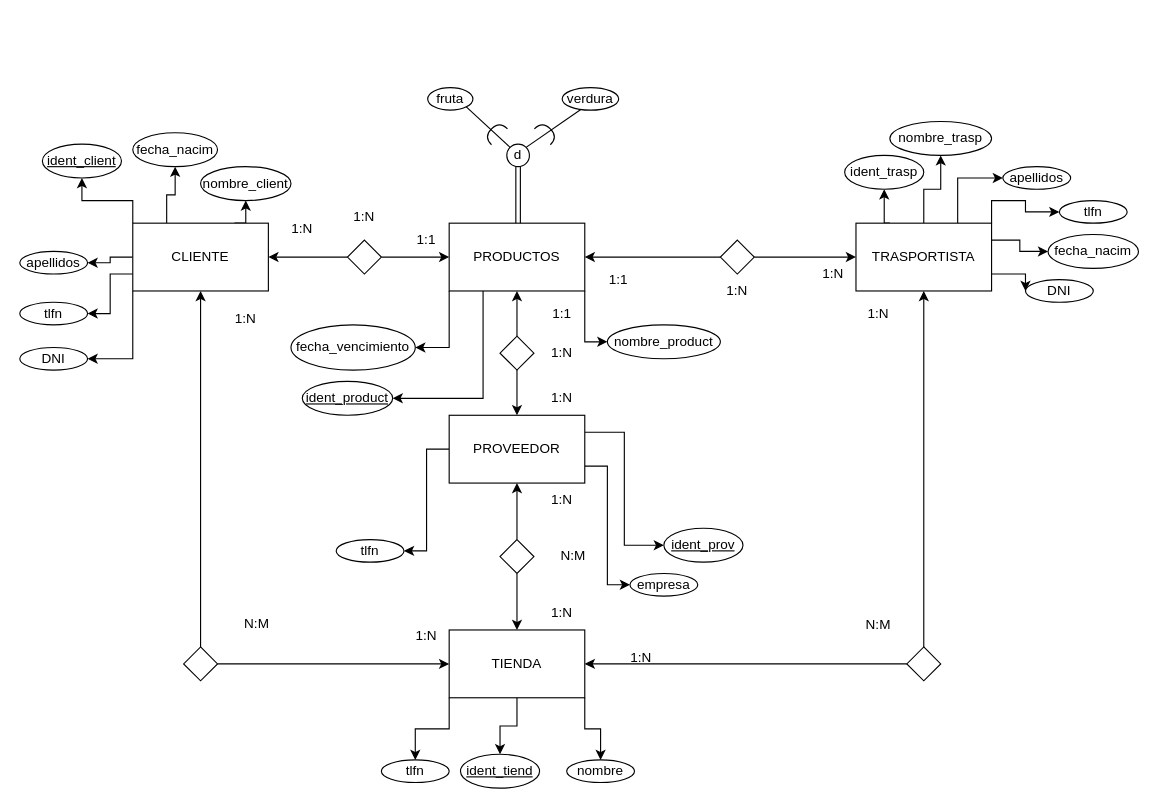
Earlier version of the draw.io diagram Bases_de_Datos/Entidad_Relacion/DiagramaEntidadRelacion.drawio (UNAI42MB/GRUPO3-UNAI-NELSON-ADRIAN). Source tidied: cells renumbered, new cells numbered last; positions are measured from the earlier drawing's top-left corner, leaving out a move shared by most shapes. Both pictures are drawn from the tidied source at 113%, with x=0, y=0 at pixel (19, 87).
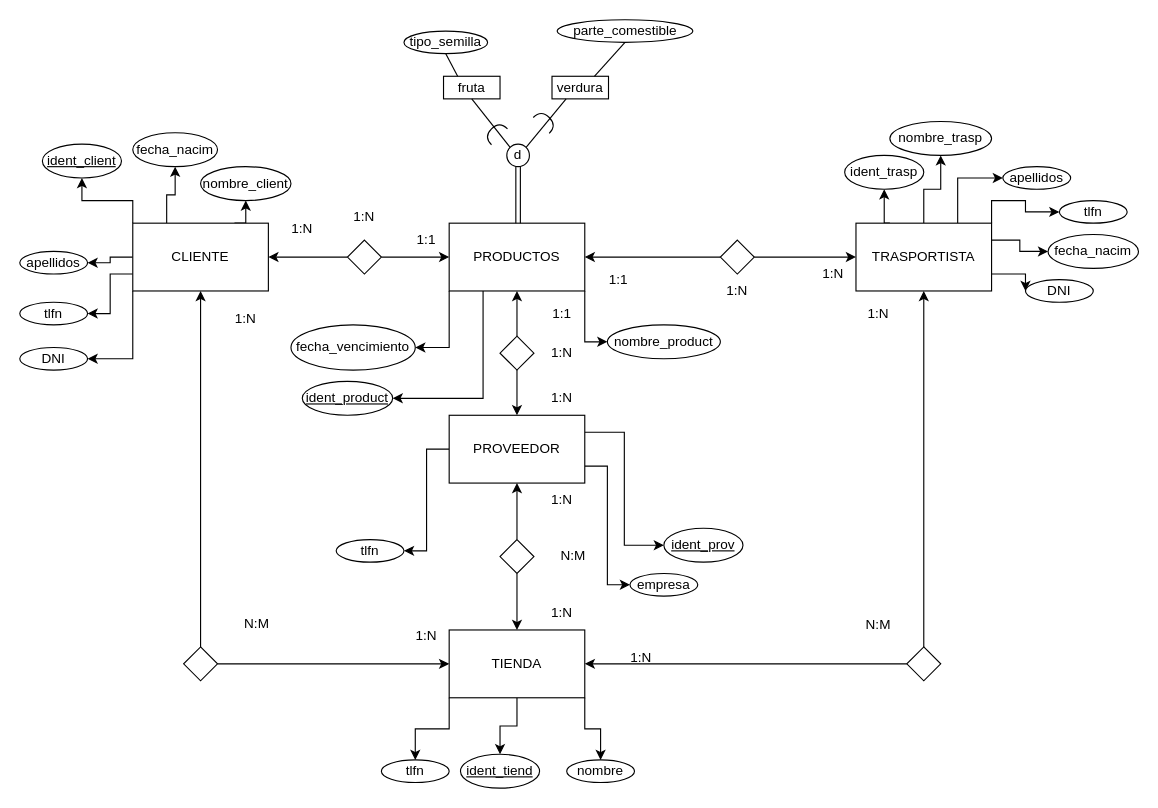
After the change.

Commit message (it also covers changes not shown here):
Corregimos el DIagrama entidad relacion y el diagrama modelo relacional

Unchanged cells that the change refers to:
```xml
<mxCell id="88" value="d" style="ellipse;whiteSpace=wrap;html=1;" parent="1" vertex="1">
  <mxGeometry x="431" y="50" width="20" height="20" as="geometry" />
</mxCell>
```

Diff of the diagram source:
```diff
@@
-    <mxCell id="85" style="endArrow=none;html=1;rounded=0;entryX=1;entryY=0;entryDx=0;entryDy=0;exitX=0;exitY=1;exitDx=0;exitDy=0;" parent="1" edge="1" target="88">
-      <mxGeometry relative="1" as="geometry">
-        <mxPoint x="500" y="17" as="sourcePoint" />
-      </mxGeometry>
-    </mxCell>
-    <mxCell id="86" style="shape=requiredInterface;html=1;verticalLabelPosition=bottom;sketch=0;rotation=-135;" parent="1" vertex="1">
-      <mxGeometry x="416" y="30" width="10" height="20" as="geometry" />
-    </mxCell>
-    <mxCell id="87" value="fruta" style="ellipse;whiteSpace=wrap;html=1;" parent="1" vertex="1">
-      <mxGeometry x="361" width="40" height="20" as="geometry" />
-    </mxCell>
@@
+    <mxCell id="87" value="fruta" style="rounded=0;whiteSpace=wrap;html=1;" parent="1" vertex="1">
+      <mxGeometry x="375" y="-10" width="50" height="20" as="geometry" />
+    </mxCell>
+    <mxCell id="92" value="verdura" style="rounded=0;whiteSpace=wrap;html=1;" parent="1" vertex="1">
+      <mxGeometry x="471" y="-10" width="50" height="20" as="geometry" />
+    </mxCell>
+    <mxCell id="93" style="group;" parent="1" vertex="1">
+      <mxGeometry x="410.4" y="29.4" width="21.2" height="21.2" as="geometry" />
+    </mxCell>
+    <mxCell id="86" style="shape=requiredInterface;html=1;verticalLabelPosition=bottom;sketch=0;rotation=-135;" parent="93" vertex="1">
+      <mxGeometry x="5.6" y="0.6" width="10" height="20" as="geometry" />
+    </mxCell>
+    <mxCell id="91" style="endArrow=none;html=1;rounded=0;entryX=0.5;entryY=1;entryDx=0;entryDy=0;exitX=0;exitY=0;exitDx=0;exitDy=0;" parent="93" edge="1" source="88" target="87">
+      <mxGeometry relative="1" as="geometry" />
+    </mxCell>
+    <mxCell id="94" style="group;" parent="1" vertex="1">
+      <mxGeometry x="454.4" y="19.4" width="21.2" height="21.2" as="geometry" />
+    </mxCell>
+    <mxCell id="85" style="endArrow=none;html=1;rounded=0;entryX=1;entryY=0;entryDx=0;entryDy=0;exitX=0.25;exitY=1;exitDx=0;exitDy=0;" parent="94" edge="1" source="92" target="88">
+      <mxGeometry relative="1" as="geometry" />
+    </mxCell>
-    <mxCell id="90" style="shape=requiredInterface;html=1;verticalLabelPosition=bottom;sketch=0;rotation=-45;" parent="1" vertex="1">
-      <mxGeometry x="461" y="30" width="10" height="20" as="geometry" />
+    <mxCell id="90" style="shape=requiredInterface;html=1;verticalLabelPosition=bottom;sketch=0;rotation=-45;" parent="94" vertex="1">
+      <mxGeometry x="5.6" y="0.6" width="10" height="20" as="geometry" />
     </mxCell>
-    <mxCell id="91" style="endArrow=none;html=1;rounded=0;entryX=1;entryY=1;entryDx=0;entryDy=0;exitX=0;exitY=0;exitDx=0;exitDy=0;" parent="1" edge="1" source="88" target="87">
-      <mxGeometry relative="1" as="geometry" />
-    </mxCell>
-    <mxCell id="92" value="verdura" style="ellipse;whiteSpace=wrap;html=1;" parent="1" vertex="1">
-      <mxGeometry x="480" width="50" height="20" as="geometry" />
-    </mxCell>
+    <mxCell id="95" value="tipo_semilla" style="ellipse;whiteSpace=wrap;html=1;" parent="1" vertex="1">
+      <mxGeometry x="340" y="-50" width="74" height="20" as="geometry" />
+    </mxCell>
+    <mxCell id="96" style="endArrow=none;html=1;rounded=0;entryX=0.5;entryY=1;entryDx=0;entryDy=0;exitX=0.25;exitY=0;exitDx=0;exitDy=0;" parent="1" edge="1" source="87" target="95">
+      <mxGeometry relative="1" as="geometry" />
+    </mxCell>
+    <mxCell id="97" value="parte_comestible" style="ellipse;whiteSpace=wrap;html=1;" parent="1" vertex="1">
+      <mxGeometry x="475.6" y="-60" width="120" height="20" as="geometry" />
+    </mxCell>
+    <mxCell id="98" style="endArrow=none;html=1;rounded=0;entryX=0.5;entryY=1;entryDx=0;entryDy=0;exitX=0.75;exitY=0;exitDx=0;exitDy=0;" parent="1" edge="1" source="92" target="97">
+      <mxGeometry relative="1" as="geometry" />
+    </mxCell>
```
